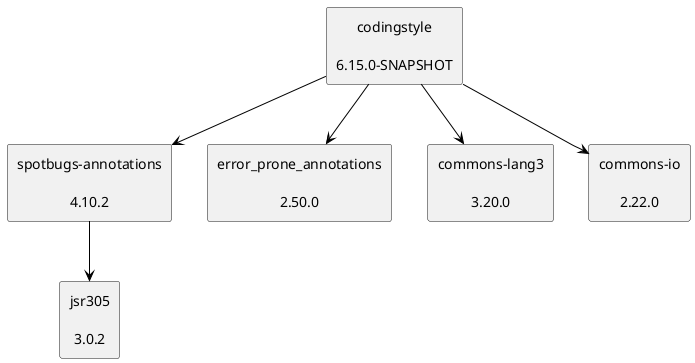
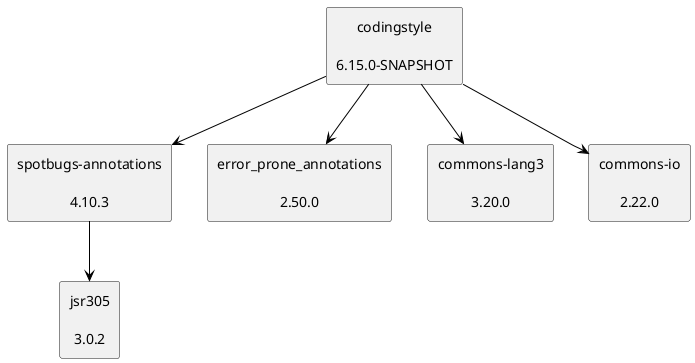
@startuml
skinparam defaultTextAlignment center
skinparam rectangle {
  BackgroundColor<<optional>> beige
  BackgroundColor<<test>> lightGreen
  BackgroundColor<<runtime>> lightBlue
  BackgroundColor<<provided>> lightGray
}
- rectangle "spotbugs-annotations\n\n4.10.2" as com_github_spotbugs_spotbugs_annotations_jar
+ rectangle "spotbugs-annotations\n\n4.10.3" as com_github_spotbugs_spotbugs_annotations_jar
rectangle "jsr305\n\n3.0.2" as com_google_code_findbugs_jsr305_jar
rectangle "codingstyle\n\n6.15.0-SNAPSHOT" as edu_hm_hafner_codingstyle_jar
rectangle "error_prone_annotations\n\n2.50.0" as com_google_errorprone_error_prone_annotations_jar
rectangle "commons-lang3\n\n3.20.0" as org_apache_commons_commons_lang3_jar
rectangle "commons-io\n\n2.22.0" as commons_io_commons_io_jar
com_github_spotbugs_spotbugs_annotations_jar -[#000000]-> com_google_code_findbugs_jsr305_jar
edu_hm_hafner_codingstyle_jar -[#000000]-> com_github_spotbugs_spotbugs_annotations_jar
edu_hm_hafner_codingstyle_jar -[#000000]-> com_google_errorprone_error_prone_annotations_jar
edu_hm_hafner_codingstyle_jar -[#000000]-> org_apache_commons_commons_lang3_jar
edu_hm_hafner_codingstyle_jar -[#000000]-> commons_io_commons_io_jar
@enduml